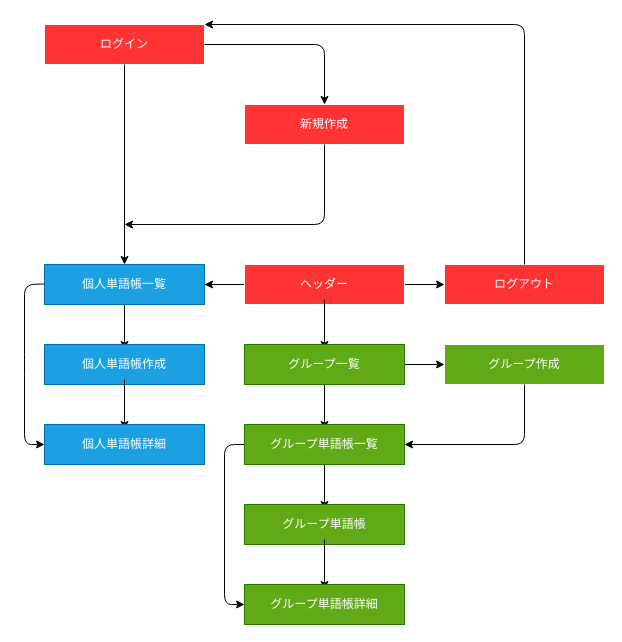
Earlier version of the draw.io diagram page "全画面構成図" (2 of 3) of document.drawio (takosan-0428/PSI-Mk-II). Source tidied: cells renumbered, new cells numbered last; positions are measured from the earlier drawing's top-left corner, leaving out a move shared by most shapes. Both pictures are drawn from the tidied source at 100%, with x=0, y=0 at pixel (24, 24).
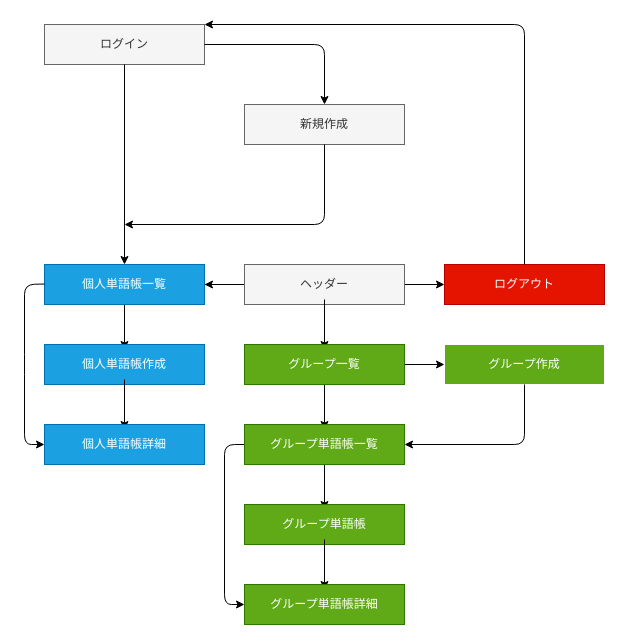
Above is the later version.

Commit message:
全画面構成図修正

The edit, as a diff of the source:
```diff
@@
-    <mxCell id="2" value="ログイン" style="rounded=0;whiteSpace=wrap;html=1;strokeColor=#ffffff;fillColor=#FF3333;fontColor=#FFFFFF;" parent="1" vertex="1">
+    <mxCell id="2" value="ログイン" style="rounded=0;whiteSpace=wrap;html=1;strokeColor=#666666;fillColor=#f5f5f5;fontColor=#333333;" parent="1" vertex="1">
       <mxGeometry x="20" width="160" height="40" as="geometry" />
     </mxCell>
-    <mxCell id="3" value="新規作成" style="rounded=0;whiteSpace=wrap;html=1;strokeColor=#FFFFFF;fillColor=#FF3333;fontColor=#FFFFFF;" parent="1" vertex="1">
+    <mxCell id="3" value="新規作成" style="rounded=0;whiteSpace=wrap;html=1;strokeColor=#666666;fillColor=#f5f5f5;fontColor=#333333;" parent="1" vertex="1">
       <mxGeometry x="220" y="80" width="160" height="40" as="geometry" />
     </mxCell>
@@
-    <mxCell id="9" value="ヘッダー" style="rounded=0;whiteSpace=wrap;html=1;strokeColor=#FFFFFF;fillColor=#FF3333;fontColor=#FFFFFF;" parent="1" vertex="1">
+    <mxCell id="9" value="ヘッダー" style="rounded=0;whiteSpace=wrap;html=1;strokeColor=#666666;fillColor=#f5f5f5;fontColor=#333333;" parent="1" vertex="1">
       <mxGeometry x="220" y="240" width="160" height="40" as="geometry" />
     </mxCell>
@@
-    <mxCell id="14" value="ログアウト" style="rounded=0;whiteSpace=wrap;html=1;strokeColor=#FFFFFF;fillColor=#FF3333;fontColor=#FFFFFF;" parent="1" vertex="1">
+    <mxCell id="14" value="ログアウト" style="rounded=0;whiteSpace=wrap;html=1;fillColor=#e51400;strokeColor=#B20000;fontColor=#ffffff;" parent="1" vertex="1">
       <mxGeometry x="420" y="240" width="160" height="40" as="geometry" />
     </mxCell>
```
